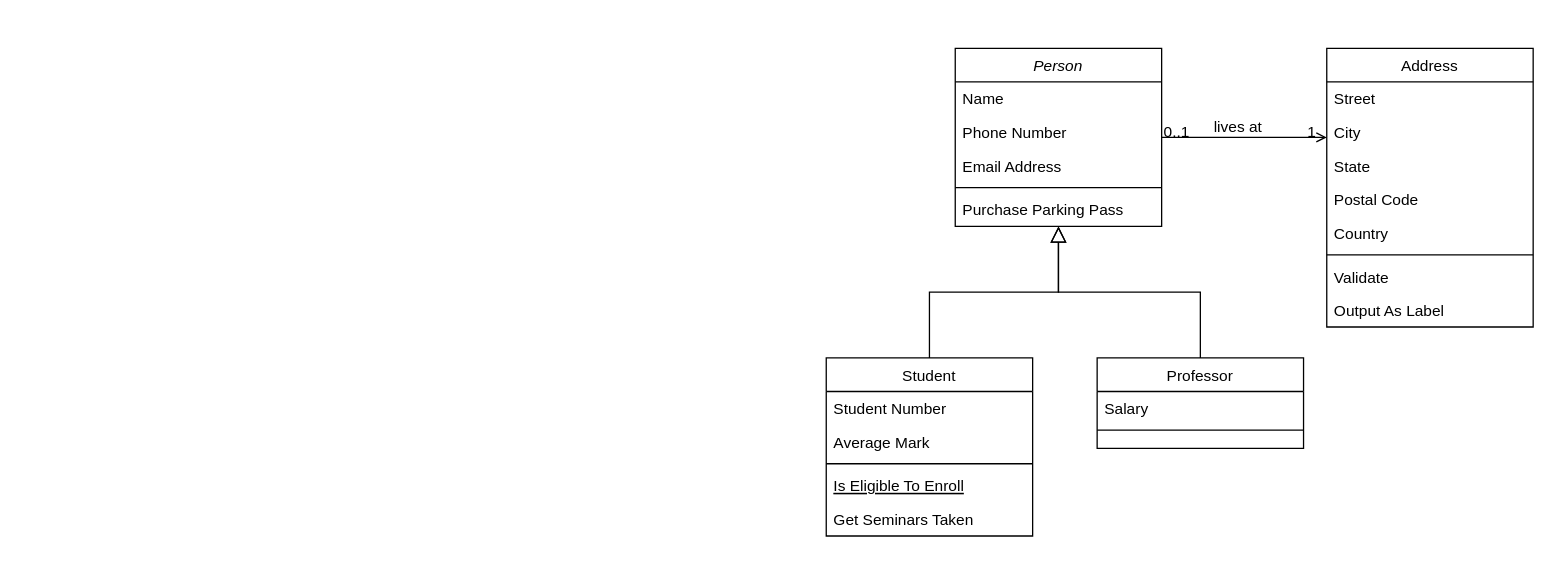
Earlier version of the draw.io diagram Sem10_Class.drawio (martinoak/culs-diagrams-net). Source tidied: cells renumbered, new cells numbered last; positions are measured from the earlier drawing's top-left corner, leaving out a move shared by most shapes. Both pictures are drawn from the tidied source at 129%, with x=0, y=0 at pixel (826, 48).
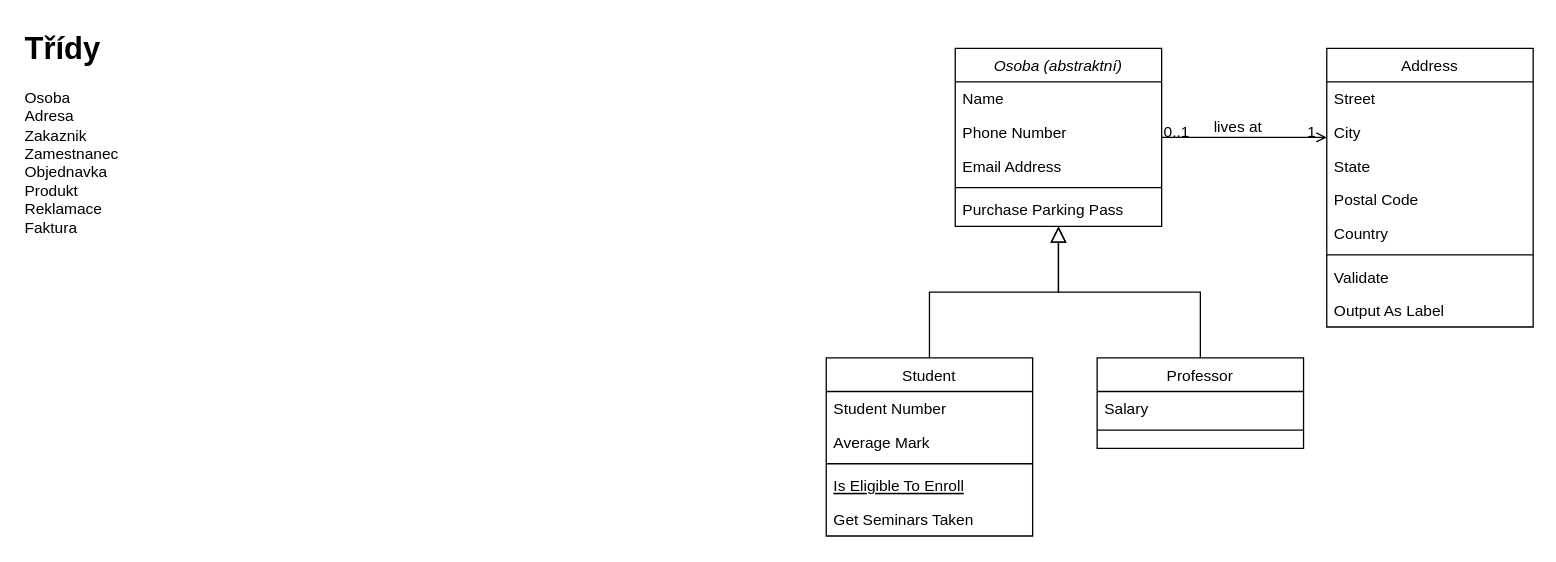
Above is the later version.

The edit, as a diff of the source:
```diff
@@
-    <mxCell id="2" value="Person" style="swimlane;fontStyle=2;align=center;verticalAlign=top;horizontal=1;startSize=26;rounded=0;shadow=0;strokeWidth=1;" parent="1" vertex="1">
+    <mxCell id="2" value="Osoba (abstraktní)" style="swimlane;fontStyle=2;align=center;verticalAlign=top;horizontal=1;startSize=26;rounded=0;shadow=0;strokeWidth=1;" parent="1" vertex="1">
       <mxGeometry x="100" width="160" height="138" as="geometry" />
     </mxCell>
@@
+    <mxCell id="32" value="&lt;h1 style=&quot;margin-top: 0px;&quot;&gt;Třídy&lt;/h1&gt;&lt;p&gt;Osoba&lt;br&gt;Adresa&lt;br&gt;Zakaznik&lt;br&gt;Zamestnanec&lt;br&gt;Objednavka&lt;br&gt;Produkt&lt;br&gt;Reklamace&lt;br&gt;Faktura&lt;br&gt;&lt;br&gt;&lt;/p&gt;" style="text;html=1;whiteSpace=wrap;overflow=hidden;rounded=0;" parent="1" vertex="1">
+      <mxGeometry x="-623" y="-20" width="180" height="200" as="geometry" />
+    </mxCell>
```
